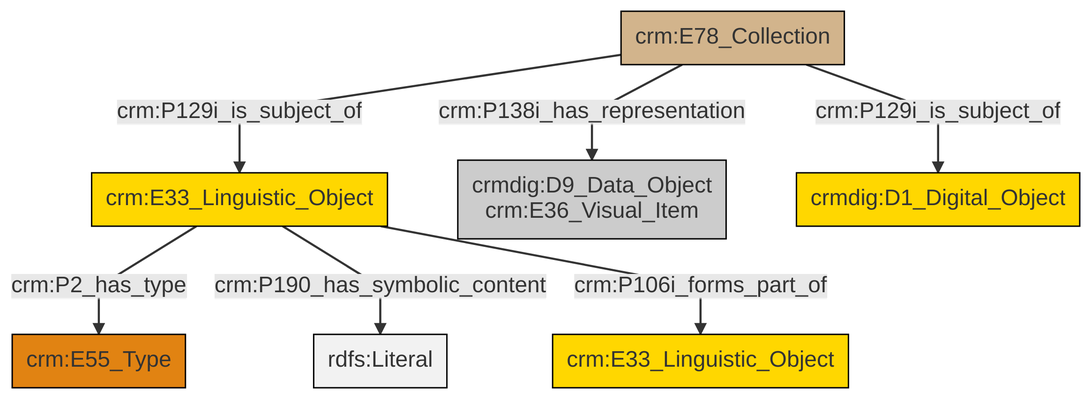
Earlier version of the Mermaid export et/archivalCSV/ttl/mmd/png/archival_docs.png (swiss-art-research-net/docs.swissartresearch). Its source is kept beside it as et/archivalCSV/ttl/mmd/archival_docs.ttl.mmd.
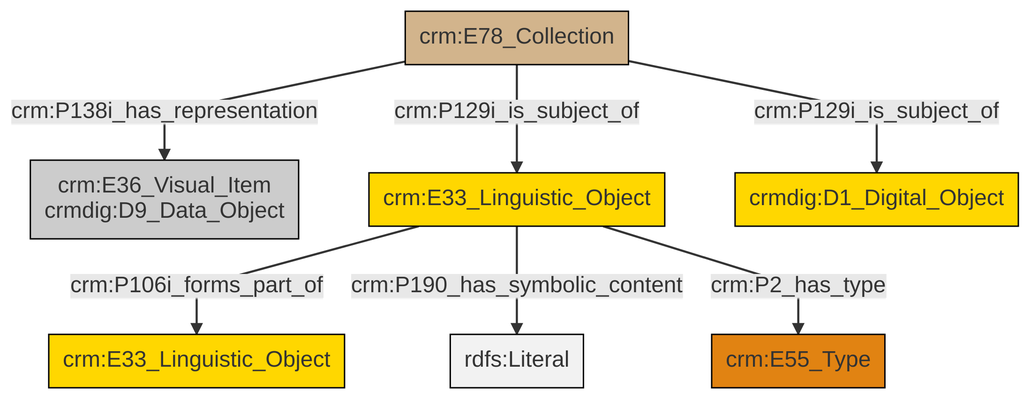
After the commit.

Change to the diagram source:
```diff
@@ -13,9 +13,9 @@
 classDef PC_Classes fill:#4ce600, stroke:#000000;
 classDef Multi fill:#cccccc,stroke:#000000;
 
-0["crm:E33_Linguistic_Object"]:::Conceptual_Object -->|crm:P2_has_type| 1["crm:E55_Type"]:::Type
-4["crm:E78_Collection"]:::Physical_Thing -->|crm:P138i_has_representation| 5["crmdig:D9_Data_Object<br>crm:E36_Visual_Item"]:::Multi
-0["crm:E33_Linguistic_Object"]:::Conceptual_Object -->|crm:P190_has_symbolic_content| 8[rdfs:Literal]:::Literal
-4["crm:E78_Collection"]:::Physical_Thing -->|crm:P129i_is_subject_of| 10["crmdig:D1_Digital_Object"]:::Conceptual_Object
-4["crm:E78_Collection"]:::Physical_Thing -->|crm:P129i_is_subject_of| 0["crm:E33_Linguistic_Object"]:::Conceptual_Object
-0["crm:E33_Linguistic_Object"]:::Conceptual_Object -->|crm:P106i_forms_part_of| 2["crm:E33_Linguistic_Object"]:::Conceptual_Object
+4["crm:E78_Collection"]:::Physical_Thing -->|crm:P138i_has_representation| 0["crm:E36_Visual_Item<br>crmdig:D9_Data_Object"]:::Multi
+2["crm:E33_Linguistic_Object"]:::Conceptual_Object -->|crm:P106i_forms_part_of| 5["crm:E33_Linguistic_Object"]:::Conceptual_Object
+4["crm:E78_Collection"]:::Physical_Thing -->|crm:P129i_is_subject_of| 8["crmdig:D1_Digital_Object"]:::Conceptual_Object
+2["crm:E33_Linguistic_Object"]:::Conceptual_Object -->|crm:P190_has_symbolic_content| 9[rdfs:Literal]:::Literal
+4["crm:E78_Collection"]:::Physical_Thing -->|crm:P129i_is_subject_of| 2["crm:E33_Linguistic_Object"]:::Conceptual_Object
+2["crm:E33_Linguistic_Object"]:::Conceptual_Object -->|crm:P2_has_type| 10["crm:E55_Type"]:::Type
```
